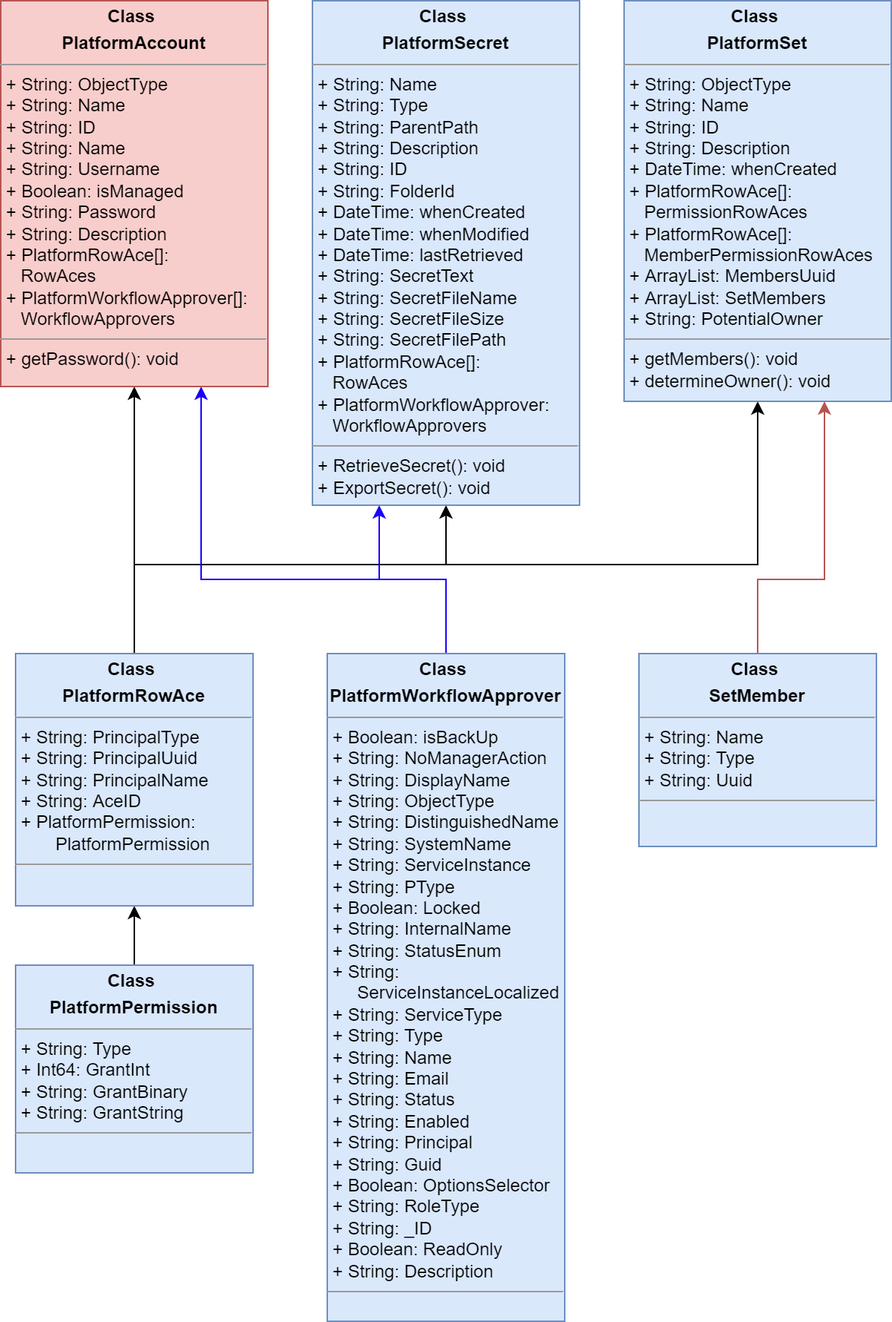
Earlier version of the draw.io export PlatformPlusUML.png (dnlrv/PlatformPlus). Source tidied: cells renumbered, new cells last; positions are measured from the earlier drawing's top-left corner, leaving out a move shared by most shapes.
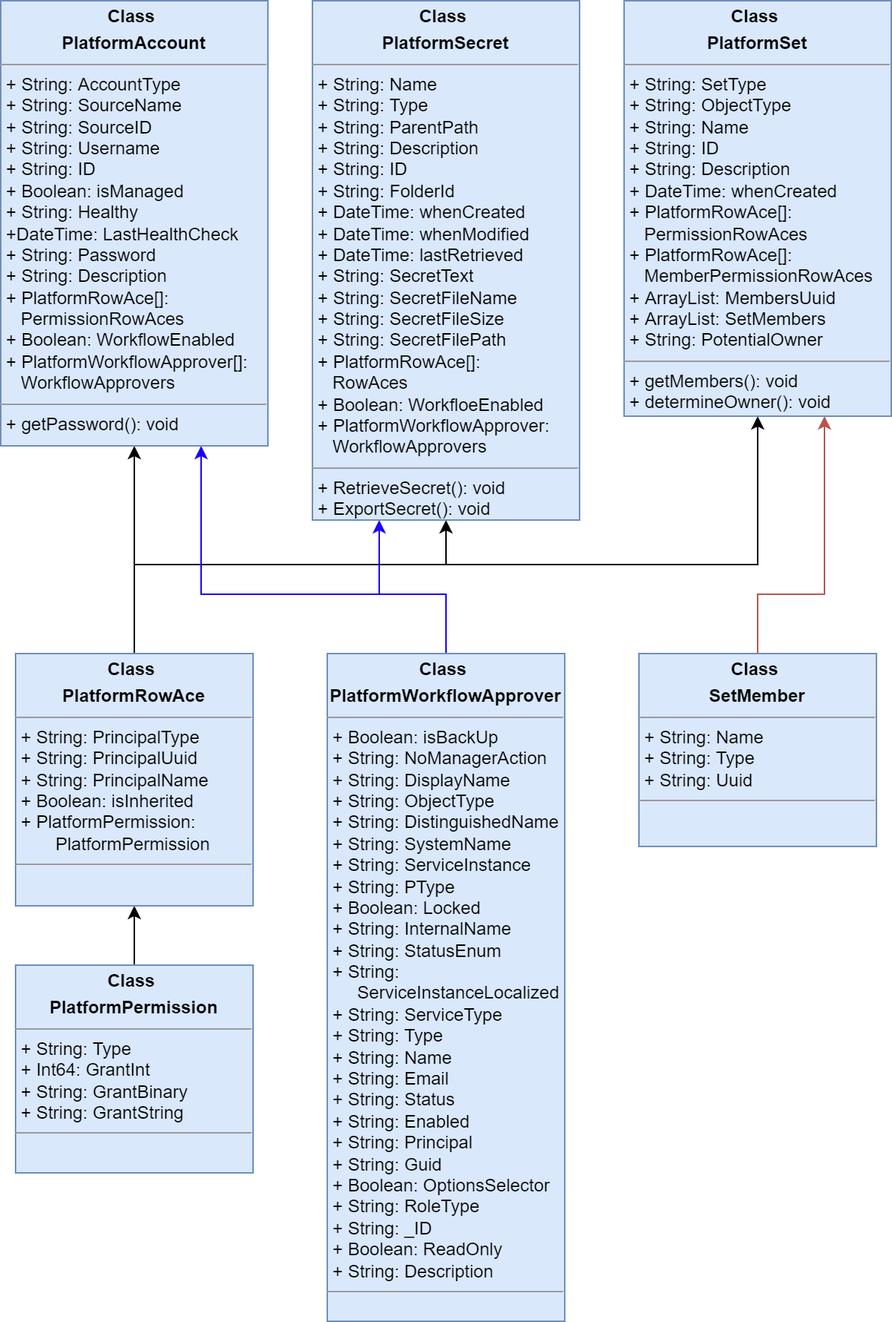
The same diagram one commit later.

Commit message:
Reorganized code, removed Platform SDK dependency, updated help files

Change to the diagram source:
```diff
@@ -27,37 +27,42 @@
         </Array>
       </mxGeometry>
     </mxCell>
-    <mxCell id="7" value="&lt;p style=&quot;margin: 0px ; margin-top: 4px ; text-align: center&quot;&gt;&lt;b&gt;Class&amp;nbsp;&lt;/b&gt;&lt;/p&gt;&lt;p style=&quot;margin: 0px ; margin-top: 4px ; text-align: center&quot;&gt;&lt;b&gt;PlatformRowAce&lt;/b&gt;&lt;/p&gt;&lt;hr size=&quot;1&quot;&gt;&lt;p style=&quot;margin: 0px ; margin-left: 4px&quot;&gt;+ String: PrincipalType&lt;br&gt;&lt;/p&gt;&lt;p style=&quot;margin: 0px ; margin-left: 4px&quot;&gt;+ String: PrincipalUuid&lt;/p&gt;&lt;p style=&quot;margin: 0px ; margin-left: 4px&quot;&gt;+ String: PrincipalName&lt;/p&gt;&lt;p style=&quot;margin: 0px ; margin-left: 4px&quot;&gt;+ String: AceID&lt;/p&gt;&lt;p style=&quot;margin: 0px ; margin-left: 4px&quot;&gt;+ PlatformPermission:&amp;nbsp;&lt;/p&gt;&lt;p style=&quot;margin: 0px ; margin-left: 4px&quot;&gt;&amp;nbsp; &amp;nbsp; &amp;nbsp; &amp;nbsp;PlatformPermission&lt;/p&gt;&lt;hr size=&quot;1&quot;&gt;&lt;p style=&quot;margin: 0px ; margin-left: 4px&quot;&gt;&lt;br&gt;&lt;/p&gt;" style="verticalAlign=top;align=left;overflow=fill;fontSize=12;fontFamily=Helvetica;html=1;fillColor=#dae8fc;strokeColor=#6c8ebf;" parent="1" vertex="1">
+    <mxCell id="7" value="&lt;p style=&quot;margin: 0px ; margin-top: 4px ; text-align: center&quot;&gt;&lt;b&gt;Class&amp;nbsp;&lt;/b&gt;&lt;/p&gt;&lt;p style=&quot;margin: 0px ; margin-top: 4px ; text-align: center&quot;&gt;&lt;b&gt;PlatformRowAce&lt;/b&gt;&lt;/p&gt;&lt;hr size=&quot;1&quot;&gt;&lt;p style=&quot;margin: 0px ; margin-left: 4px&quot;&gt;+ String: PrincipalType&lt;br&gt;&lt;/p&gt;&lt;p style=&quot;margin: 0px ; margin-left: 4px&quot;&gt;+ String: PrincipalUuid&lt;/p&gt;&lt;p style=&quot;margin: 0px ; margin-left: 4px&quot;&gt;+ String: PrincipalName&lt;/p&gt;&lt;p style=&quot;margin: 0px ; margin-left: 4px&quot;&gt;+ Boolean: isInherited&lt;/p&gt;&lt;p style=&quot;margin: 0px ; margin-left: 4px&quot;&gt;+ PlatformPermission:&amp;nbsp;&lt;/p&gt;&lt;p style=&quot;margin: 0px ; margin-left: 4px&quot;&gt;&amp;nbsp; &amp;nbsp; &amp;nbsp; &amp;nbsp;PlatformPermission&lt;/p&gt;&lt;hr size=&quot;1&quot;&gt;&lt;p style=&quot;margin: 0px ; margin-left: 4px&quot;&gt;&lt;br&gt;&lt;/p&gt;" style="verticalAlign=top;align=left;overflow=fill;fontSize=12;fontFamily=Helvetica;html=1;fillColor=#dae8fc;strokeColor=#6c8ebf;" parent="1" vertex="1">
       <mxGeometry x="10" y="440" width="160" height="170" as="geometry" />
     </mxCell>
     <mxCell id="8" style="edgeStyle=orthogonalEdgeStyle;rounded=0;jettySize=auto;html=1;entryX=0.75;entryY=1;entryDx=0;entryDy=0;strokeColor=#1900FF;" parent="1" edge="1" source="10" target="13">
       <mxGeometry relative="1" as="geometry">
         <Array as="points">
-          <mxPoint x="300" y="390" />
-          <mxPoint x="135" y="390" />
+          <mxPoint x="300" y="400" />
+          <mxPoint x="135" y="400" />
         </Array>
       </mxGeometry>
     </mxCell>
     <mxCell id="9" style="edgeStyle=orthogonalEdgeStyle;rounded=0;jettySize=auto;html=1;entryX=0.25;entryY=1;entryDx=0;entryDy=0;strokeColor=#1900FF;" parent="1" edge="1" source="10" target="11">
-      <mxGeometry relative="1" as="geometry" />
+      <mxGeometry relative="1" as="geometry">
+        <Array as="points">
+          <mxPoint x="300" y="400" />
+          <mxPoint x="255" y="400" />
+        </Array>
+      </mxGeometry>
     </mxCell>
     <mxCell id="10" value="&lt;p style=&quot;margin: 0px ; margin-top: 4px ; text-align: center&quot;&gt;&lt;b&gt;Class&amp;nbsp;&lt;/b&gt;&lt;/p&gt;&lt;p style=&quot;margin: 0px ; margin-top: 4px ; text-align: center&quot;&gt;&lt;b&gt;PlatformWorkflowApprover&lt;/b&gt;&lt;/p&gt;&lt;hr size=&quot;1&quot;&gt;&lt;p style=&quot;margin: 0px ; margin-left: 4px&quot;&gt;+ Boolean: isBackUp&lt;br&gt;&lt;/p&gt;&lt;p style=&quot;margin: 0px ; margin-left: 4px&quot;&gt;+ String: NoManagerAction&lt;/p&gt;&lt;p style=&quot;margin: 0px ; margin-left: 4px&quot;&gt;+ String: DisplayName&lt;/p&gt;&lt;p style=&quot;margin: 0px ; margin-left: 4px&quot;&gt;+ String: ObjectType&lt;/p&gt;&lt;p style=&quot;margin: 0px ; margin-left: 4px&quot;&gt;+ String: DistinguishedName&lt;/p&gt;&lt;p style=&quot;margin: 0px ; margin-left: 4px&quot;&gt;+ String: SystemName&lt;/p&gt;&lt;p style=&quot;margin: 0px ; margin-left: 4px&quot;&gt;+ String: ServiceInstance&lt;/p&gt;&lt;p style=&quot;margin: 0px ; margin-left: 4px&quot;&gt;+ String: PType&lt;/p&gt;&lt;p style=&quot;margin: 0px ; margin-left: 4px&quot;&gt;+ Boolean: Locked&lt;/p&gt;&lt;p style=&quot;margin: 0px ; margin-left: 4px&quot;&gt;+ String: InternalName&lt;/p&gt;&lt;p style=&quot;margin: 0px ; margin-left: 4px&quot;&gt;+ String: StatusEnum&lt;/p&gt;&lt;p style=&quot;margin: 0px ; margin-left: 4px&quot;&gt;+ String:&amp;nbsp;&lt;/p&gt;&lt;p style=&quot;margin: 0px ; margin-left: 4px&quot;&gt;&amp;nbsp; &amp;nbsp; &amp;nbsp;ServiceInstanceLocalized&lt;/p&gt;&lt;p style=&quot;margin: 0px ; margin-left: 4px&quot;&gt;+ String: ServiceType&lt;/p&gt;&lt;p style=&quot;margin: 0px ; margin-left: 4px&quot;&gt;+ String: Type&lt;/p&gt;&lt;p style=&quot;margin: 0px ; margin-left: 4px&quot;&gt;+ String: Name&lt;/p&gt;&lt;p style=&quot;margin: 0px ; margin-left: 4px&quot;&gt;+ String: Email&lt;/p&gt;&lt;p style=&quot;margin: 0px ; margin-left: 4px&quot;&gt;+ String: Status&lt;/p&gt;&lt;p style=&quot;margin: 0px ; margin-left: 4px&quot;&gt;+ String: Enabled&lt;/p&gt;&lt;p style=&quot;margin: 0px ; margin-left: 4px&quot;&gt;+ String: Principal&lt;/p&gt;&lt;p style=&quot;margin: 0px ; margin-left: 4px&quot;&gt;+ String: Guid&lt;/p&gt;&lt;p style=&quot;margin: 0px ; margin-left: 4px&quot;&gt;+ Boolean: OptionsSelector&lt;/p&gt;&lt;p style=&quot;margin: 0px ; margin-left: 4px&quot;&gt;+ String: RoleType&lt;/p&gt;&lt;p style=&quot;margin: 0px ; margin-left: 4px&quot;&gt;+ String: _ID&lt;/p&gt;&lt;p style=&quot;margin: 0px ; margin-left: 4px&quot;&gt;+ Boolean: ReadOnly&lt;/p&gt;&lt;p style=&quot;margin: 0px ; margin-left: 4px&quot;&gt;+ String: Description&lt;/p&gt;&lt;hr size=&quot;1&quot;&gt;&lt;p style=&quot;margin: 0px ; margin-left: 4px&quot;&gt;&lt;br&gt;&lt;/p&gt;" style="verticalAlign=top;align=left;overflow=fill;fontSize=12;fontFamily=Helvetica;html=1;fillColor=#dae8fc;strokeColor=#6c8ebf;" parent="1" vertex="1">
       <mxGeometry x="220" y="440" width="160" height="450" as="geometry" />
     </mxCell>
-    <mxCell id="11" value="&lt;p style=&quot;margin: 0px ; margin-top: 4px ; text-align: center&quot;&gt;&lt;b&gt;Class&amp;nbsp;&lt;/b&gt;&lt;/p&gt;&lt;p style=&quot;margin: 0px ; margin-top: 4px ; text-align: center&quot;&gt;&lt;b&gt;PlatformSecret&lt;/b&gt;&lt;/p&gt;&lt;hr size=&quot;1&quot;&gt;&lt;p style=&quot;margin: 0px ; margin-left: 4px&quot;&gt;+ String: Name&lt;br&gt;&lt;/p&gt;&lt;p style=&quot;margin: 0px ; margin-left: 4px&quot;&gt;+ String: Type&lt;/p&gt;&lt;p style=&quot;margin: 0px ; margin-left: 4px&quot;&gt;+ String: ParentPath&lt;/p&gt;&lt;p style=&quot;margin: 0px ; margin-left: 4px&quot;&gt;+ String: Description&lt;/p&gt;&lt;p style=&quot;margin: 0px ; margin-left: 4px&quot;&gt;+ String: ID&lt;/p&gt;&lt;p style=&quot;margin: 0px ; margin-left: 4px&quot;&gt;+ String: FolderId&lt;/p&gt;&lt;p style=&quot;margin: 0px ; margin-left: 4px&quot;&gt;+ DateTime: whenCreated&lt;/p&gt;&lt;p style=&quot;margin: 0px ; margin-left: 4px&quot;&gt;+ DateTime: whenModified&lt;/p&gt;&lt;p style=&quot;margin: 0px ; margin-left: 4px&quot;&gt;+ DateTime: lastRetrieved&lt;/p&gt;&lt;p style=&quot;margin: 0px ; margin-left: 4px&quot;&gt;+ String: SecretText&lt;/p&gt;&lt;p style=&quot;margin: 0px ; margin-left: 4px&quot;&gt;+ String: SecretFileName&lt;/p&gt;&lt;p style=&quot;margin: 0px ; margin-left: 4px&quot;&gt;+ String: SecretFileSize&lt;/p&gt;&lt;p style=&quot;margin: 0px ; margin-left: 4px&quot;&gt;+ String: SecretFilePath&lt;/p&gt;&lt;p style=&quot;margin: 0px ; margin-left: 4px&quot;&gt;+ PlatformRowAce[]:&amp;nbsp;&lt;/p&gt;&lt;p style=&quot;margin: 0px ; margin-left: 4px&quot;&gt;&amp;nbsp; &amp;nbsp;RowAces&lt;/p&gt;&lt;p style=&quot;margin: 0px ; margin-left: 4px&quot;&gt;+ PlatformWorkflowApprover:&lt;/p&gt;&lt;p style=&quot;margin: 0px ; margin-left: 4px&quot;&gt;&amp;nbsp; &amp;nbsp;WorkflowApprovers&lt;br&gt;&lt;/p&gt;&lt;hr size=&quot;1&quot;&gt;&lt;p style=&quot;margin: 0px ; margin-left: 4px&quot;&gt;+ RetrieveSecret(): void&lt;/p&gt;&lt;p style=&quot;margin: 0px ; margin-left: 4px&quot;&gt;+ ExportSecret(): void&lt;/p&gt;" style="verticalAlign=top;align=left;overflow=fill;fontSize=12;fontFamily=Helvetica;html=1;fillColor=#dae8fc;strokeColor=#6c8ebf;" parent="1" vertex="1">
-      <mxGeometry x="210" width="180" height="340" as="geometry" />
+    <mxCell id="11" value="&lt;p style=&quot;margin: 0px ; margin-top: 4px ; text-align: center&quot;&gt;&lt;b&gt;Class&amp;nbsp;&lt;/b&gt;&lt;/p&gt;&lt;p style=&quot;margin: 0px ; margin-top: 4px ; text-align: center&quot;&gt;&lt;b&gt;PlatformSecret&lt;/b&gt;&lt;/p&gt;&lt;hr size=&quot;1&quot;&gt;&lt;p style=&quot;margin: 0px ; margin-left: 4px&quot;&gt;+ String: Name&lt;br&gt;&lt;/p&gt;&lt;p style=&quot;margin: 0px ; margin-left: 4px&quot;&gt;+ String: Type&lt;/p&gt;&lt;p style=&quot;margin: 0px ; margin-left: 4px&quot;&gt;+ String: ParentPath&lt;/p&gt;&lt;p style=&quot;margin: 0px ; margin-left: 4px&quot;&gt;+ String: Description&lt;/p&gt;&lt;p style=&quot;margin: 0px ; margin-left: 4px&quot;&gt;+ String: ID&lt;/p&gt;&lt;p style=&quot;margin: 0px ; margin-left: 4px&quot;&gt;+ String: FolderId&lt;/p&gt;&lt;p style=&quot;margin: 0px ; margin-left: 4px&quot;&gt;+ DateTime: whenCreated&lt;/p&gt;&lt;p style=&quot;margin: 0px ; margin-left: 4px&quot;&gt;+ DateTime: whenModified&lt;/p&gt;&lt;p style=&quot;margin: 0px ; margin-left: 4px&quot;&gt;+ DateTime: lastRetrieved&lt;/p&gt;&lt;p style=&quot;margin: 0px ; margin-left: 4px&quot;&gt;+ String: SecretText&lt;/p&gt;&lt;p style=&quot;margin: 0px ; margin-left: 4px&quot;&gt;+ String: SecretFileName&lt;/p&gt;&lt;p style=&quot;margin: 0px ; margin-left: 4px&quot;&gt;+ String: SecretFileSize&lt;/p&gt;&lt;p style=&quot;margin: 0px ; margin-left: 4px&quot;&gt;+ String: SecretFilePath&lt;/p&gt;&lt;p style=&quot;margin: 0px ; margin-left: 4px&quot;&gt;+ PlatformRowAce[]:&amp;nbsp;&lt;/p&gt;&lt;p style=&quot;margin: 0px ; margin-left: 4px&quot;&gt;&amp;nbsp; &amp;nbsp;RowAces&lt;/p&gt;&lt;p style=&quot;margin: 0px ; margin-left: 4px&quot;&gt;+ Boolean: WorkfloeEnabled&lt;/p&gt;&lt;p style=&quot;margin: 0px ; margin-left: 4px&quot;&gt;+ PlatformWorkflowApprover:&lt;/p&gt;&lt;p style=&quot;margin: 0px ; margin-left: 4px&quot;&gt;&amp;nbsp; &amp;nbsp;WorkflowApprovers&lt;br&gt;&lt;/p&gt;&lt;hr size=&quot;1&quot;&gt;&lt;p style=&quot;margin: 0px ; margin-left: 4px&quot;&gt;+ RetrieveSecret(): void&lt;/p&gt;&lt;p style=&quot;margin: 0px ; margin-left: 4px&quot;&gt;+ ExportSecret(): void&lt;/p&gt;" style="verticalAlign=top;align=left;overflow=fill;fontSize=12;fontFamily=Helvetica;html=1;fillColor=#dae8fc;strokeColor=#6c8ebf;" parent="1" vertex="1">
+      <mxGeometry x="210" width="180" height="350" as="geometry" />
     </mxCell>
-    <mxCell id="12" value="&lt;p style=&quot;margin: 0px ; margin-top: 4px ; text-align: center&quot;&gt;&lt;b&gt;Class&amp;nbsp;&lt;/b&gt;&lt;/p&gt;&lt;p style=&quot;margin: 0px ; margin-top: 4px ; text-align: center&quot;&gt;&lt;b&gt;PlatformSet&lt;/b&gt;&lt;/p&gt;&lt;hr size=&quot;1&quot;&gt;&lt;p style=&quot;margin: 0px ; margin-left: 4px&quot;&gt;+ String: ObjectType&lt;br&gt;&lt;/p&gt;&lt;p style=&quot;margin: 0px ; margin-left: 4px&quot;&gt;+ String: Name&lt;/p&gt;&lt;p style=&quot;margin: 0px ; margin-left: 4px&quot;&gt;+ String: ID&lt;/p&gt;&lt;p style=&quot;margin: 0px ; margin-left: 4px&quot;&gt;+ String: Description&lt;/p&gt;&lt;p style=&quot;margin: 0px ; margin-left: 4px&quot;&gt;+ DateTime: whenCreated&lt;/p&gt;&lt;p style=&quot;margin: 0px ; margin-left: 4px&quot;&gt;+ PlatformRowAce[]:&amp;nbsp;&lt;/p&gt;&lt;p style=&quot;margin: 0px ; margin-left: 4px&quot;&gt;&amp;nbsp; &amp;nbsp;PermissionRowAces&lt;/p&gt;&lt;p style=&quot;margin: 0px ; margin-left: 4px&quot;&gt;+ PlatformRowAce[]:&lt;/p&gt;&lt;p style=&quot;margin: 0px ; margin-left: 4px&quot;&gt;&amp;nbsp; &amp;nbsp;MemberPermissionRowAces&lt;/p&gt;&lt;p style=&quot;margin: 0px ; margin-left: 4px&quot;&gt;+ ArrayList: MembersUuid&lt;/p&gt;&lt;p style=&quot;margin: 0px ; margin-left: 4px&quot;&gt;+ ArrayList: SetMembers&lt;/p&gt;&lt;p style=&quot;margin: 0px ; margin-left: 4px&quot;&gt;+ String: PotentialOwner&lt;/p&gt;&lt;hr size=&quot;1&quot;&gt;&lt;p style=&quot;margin: 0px ; margin-left: 4px&quot;&gt;+ getMembers(): void&lt;/p&gt;&lt;p style=&quot;margin: 0px ; margin-left: 4px&quot;&gt;+ determineOwner(): void&lt;/p&gt;" style="verticalAlign=top;align=left;overflow=fill;fontSize=12;fontFamily=Helvetica;html=1;fillColor=#dae8fc;strokeColor=#6c8ebf;" parent="1" vertex="1">
-      <mxGeometry x="420" width="180" height="270" as="geometry" />
+    <mxCell id="12" value="&lt;p style=&quot;margin: 0px ; margin-top: 4px ; text-align: center&quot;&gt;&lt;b&gt;Class&amp;nbsp;&lt;/b&gt;&lt;/p&gt;&lt;p style=&quot;margin: 0px ; margin-top: 4px ; text-align: center&quot;&gt;&lt;b&gt;PlatformSet&lt;/b&gt;&lt;/p&gt;&lt;hr size=&quot;1&quot;&gt;&lt;p style=&quot;margin: 0px ; margin-left: 4px&quot;&gt;+ String: SetType&lt;/p&gt;&lt;p style=&quot;margin: 0px ; margin-left: 4px&quot;&gt;+ String: ObjectType&lt;br&gt;&lt;/p&gt;&lt;p style=&quot;margin: 0px ; margin-left: 4px&quot;&gt;+ String: Name&lt;/p&gt;&lt;p style=&quot;margin: 0px ; margin-left: 4px&quot;&gt;+ String: ID&lt;/p&gt;&lt;p style=&quot;margin: 0px ; margin-left: 4px&quot;&gt;+ String: Description&lt;/p&gt;&lt;p style=&quot;margin: 0px ; margin-left: 4px&quot;&gt;+ DateTime: whenCreated&lt;/p&gt;&lt;p style=&quot;margin: 0px ; margin-left: 4px&quot;&gt;+ PlatformRowAce[]:&amp;nbsp;&lt;/p&gt;&lt;p style=&quot;margin: 0px ; margin-left: 4px&quot;&gt;&amp;nbsp; &amp;nbsp;PermissionRowAces&lt;/p&gt;&lt;p style=&quot;margin: 0px ; margin-left: 4px&quot;&gt;+ PlatformRowAce[]:&lt;/p&gt;&lt;p style=&quot;margin: 0px ; margin-left: 4px&quot;&gt;&amp;nbsp; &amp;nbsp;MemberPermissionRowAces&lt;/p&gt;&lt;p style=&quot;margin: 0px ; margin-left: 4px&quot;&gt;+ ArrayList: MembersUuid&lt;/p&gt;&lt;p style=&quot;margin: 0px ; margin-left: 4px&quot;&gt;+ ArrayList: SetMembers&lt;/p&gt;&lt;p style=&quot;margin: 0px ; margin-left: 4px&quot;&gt;+ String: PotentialOwner&lt;/p&gt;&lt;hr size=&quot;1&quot;&gt;&lt;p style=&quot;margin: 0px ; margin-left: 4px&quot;&gt;+ getMembers(): void&lt;/p&gt;&lt;p style=&quot;margin: 0px ; margin-left: 4px&quot;&gt;+ determineOwner(): void&lt;/p&gt;" style="verticalAlign=top;align=left;overflow=fill;fontSize=12;fontFamily=Helvetica;html=1;fillColor=#dae8fc;strokeColor=#6c8ebf;" parent="1" vertex="1">
+      <mxGeometry x="420" width="180" height="280" as="geometry" />
     </mxCell>
-    <mxCell id="13" value="&lt;p style=&quot;margin: 0px ; margin-top: 4px ; text-align: center&quot;&gt;&lt;b&gt;Class&amp;nbsp;&lt;/b&gt;&lt;/p&gt;&lt;p style=&quot;margin: 0px ; margin-top: 4px ; text-align: center&quot;&gt;&lt;b&gt;PlatformAccount&lt;/b&gt;&lt;/p&gt;&lt;hr size=&quot;1&quot;&gt;&lt;p style=&quot;margin: 0px ; margin-left: 4px&quot;&gt;+ String: ObjectType&lt;br&gt;&lt;/p&gt;&lt;p style=&quot;margin: 0px ; margin-left: 4px&quot;&gt;+ String: Name&lt;/p&gt;&lt;p style=&quot;margin: 0px ; margin-left: 4px&quot;&gt;+ String: ID&lt;/p&gt;&lt;p style=&quot;margin: 0px ; margin-left: 4px&quot;&gt;+ String: Name&lt;/p&gt;&lt;p style=&quot;margin: 0px ; margin-left: 4px&quot;&gt;+ String: Username&lt;/p&gt;&lt;p style=&quot;margin: 0px ; margin-left: 4px&quot;&gt;+ Boolean: isManaged&lt;/p&gt;&lt;p style=&quot;margin: 0px ; margin-left: 4px&quot;&gt;+ String: Password&lt;/p&gt;&lt;p style=&quot;margin: 0px ; margin-left: 4px&quot;&gt;+ String: Description&lt;/p&gt;&lt;p style=&quot;margin: 0px ; margin-left: 4px&quot;&gt;+ PlatformRowAce[]:&lt;/p&gt;&lt;p style=&quot;margin: 0px ; margin-left: 4px&quot;&gt;&amp;nbsp; &amp;nbsp;RowAces&lt;/p&gt;&lt;p style=&quot;margin: 0px ; margin-left: 4px&quot;&gt;+ PlatformWorkflowApprover[]:&lt;/p&gt;&lt;p style=&quot;margin: 0px ; margin-left: 4px&quot;&gt;&amp;nbsp; &amp;nbsp;WorkflowApprovers&lt;br&gt;&lt;/p&gt;&lt;hr size=&quot;1&quot;&gt;&lt;p style=&quot;margin: 0px ; margin-left: 4px&quot;&gt;+ getPassword(): void&lt;/p&gt;" style="verticalAlign=top;align=left;overflow=fill;fontSize=12;fontFamily=Helvetica;html=1;fillColor=#f8cecc;strokeColor=#b85450;" parent="1" vertex="1">
-      <mxGeometry width="180" height="260" as="geometry" />
+    <mxCell id="13" value="&lt;p style=&quot;margin: 0px ; margin-top: 4px ; text-align: center&quot;&gt;&lt;b&gt;Class&amp;nbsp;&lt;/b&gt;&lt;/p&gt;&lt;p style=&quot;margin: 0px ; margin-top: 4px ; text-align: center&quot;&gt;&lt;b&gt;PlatformAccount&lt;/b&gt;&lt;/p&gt;&lt;hr size=&quot;1&quot;&gt;&lt;p style=&quot;margin: 0px ; margin-left: 4px&quot;&gt;+ String: AccountType&lt;br&gt;&lt;/p&gt;&lt;p style=&quot;margin: 0px ; margin-left: 4px&quot;&gt;+ String: SourceName&lt;/p&gt;&lt;p style=&quot;margin: 0px ; margin-left: 4px&quot;&gt;+ String: SourceID&lt;/p&gt;&lt;p style=&quot;margin: 0px ; margin-left: 4px&quot;&gt;+ String: Username&lt;/p&gt;&lt;p style=&quot;margin: 0px ; margin-left: 4px&quot;&gt;+ String: ID&lt;/p&gt;&lt;p style=&quot;margin: 0px ; margin-left: 4px&quot;&gt;+ Boolean: isManaged&lt;/p&gt;&lt;p style=&quot;margin: 0px ; margin-left: 4px&quot;&gt;+ String: Healthy&lt;/p&gt;&lt;p style=&quot;margin: 0px ; margin-left: 4px&quot;&gt;+DateTime: LastHealthCheck&lt;/p&gt;&lt;p style=&quot;margin: 0px ; margin-left: 4px&quot;&gt;+ String: Password&lt;/p&gt;&lt;p style=&quot;margin: 0px ; margin-left: 4px&quot;&gt;+ String: Description&lt;/p&gt;&lt;p style=&quot;margin: 0px ; margin-left: 4px&quot;&gt;+ PlatformRowAce[]:&lt;/p&gt;&lt;p style=&quot;margin: 0px ; margin-left: 4px&quot;&gt;&amp;nbsp; &amp;nbsp;PermissionRowAces&lt;/p&gt;&lt;p style=&quot;margin: 0px ; margin-left: 4px&quot;&gt;+ Boolean: WorkflowEnabled&lt;/p&gt;&lt;p style=&quot;margin: 0px ; margin-left: 4px&quot;&gt;+ PlatformWorkflowApprover[]:&lt;/p&gt;&lt;p style=&quot;margin: 0px ; margin-left: 4px&quot;&gt;&amp;nbsp; &amp;nbsp;WorkflowApprovers&lt;br&gt;&lt;/p&gt;&lt;hr size=&quot;1&quot;&gt;&lt;p style=&quot;margin: 0px ; margin-left: 4px&quot;&gt;+ getPassword(): void&lt;/p&gt;" style="verticalAlign=top;align=left;overflow=fill;fontSize=12;fontFamily=Helvetica;html=1;fillColor=#dae8fc;strokeColor=#6c8ebf;" parent="1" vertex="1">
+      <mxGeometry width="180" height="300" as="geometry" />
     </mxCell>
     <mxCell id="14" style="edgeStyle=orthogonalEdgeStyle;rounded=0;jettySize=auto;html=1;entryX=0.75;entryY=1;entryDx=0;entryDy=0;fillColor=#f8cecc;strokeColor=#b85450;" parent="1" edge="1" source="15" target="12">
       <mxGeometry relative="1" as="geometry">
         <Array as="points">
-          <mxPoint x="510" y="390" />
-          <mxPoint x="555" y="390" />
+          <mxPoint x="510" y="400" />
+          <mxPoint x="555" y="400" />
         </Array>
       </mxGeometry>
     </mxCell>
```
